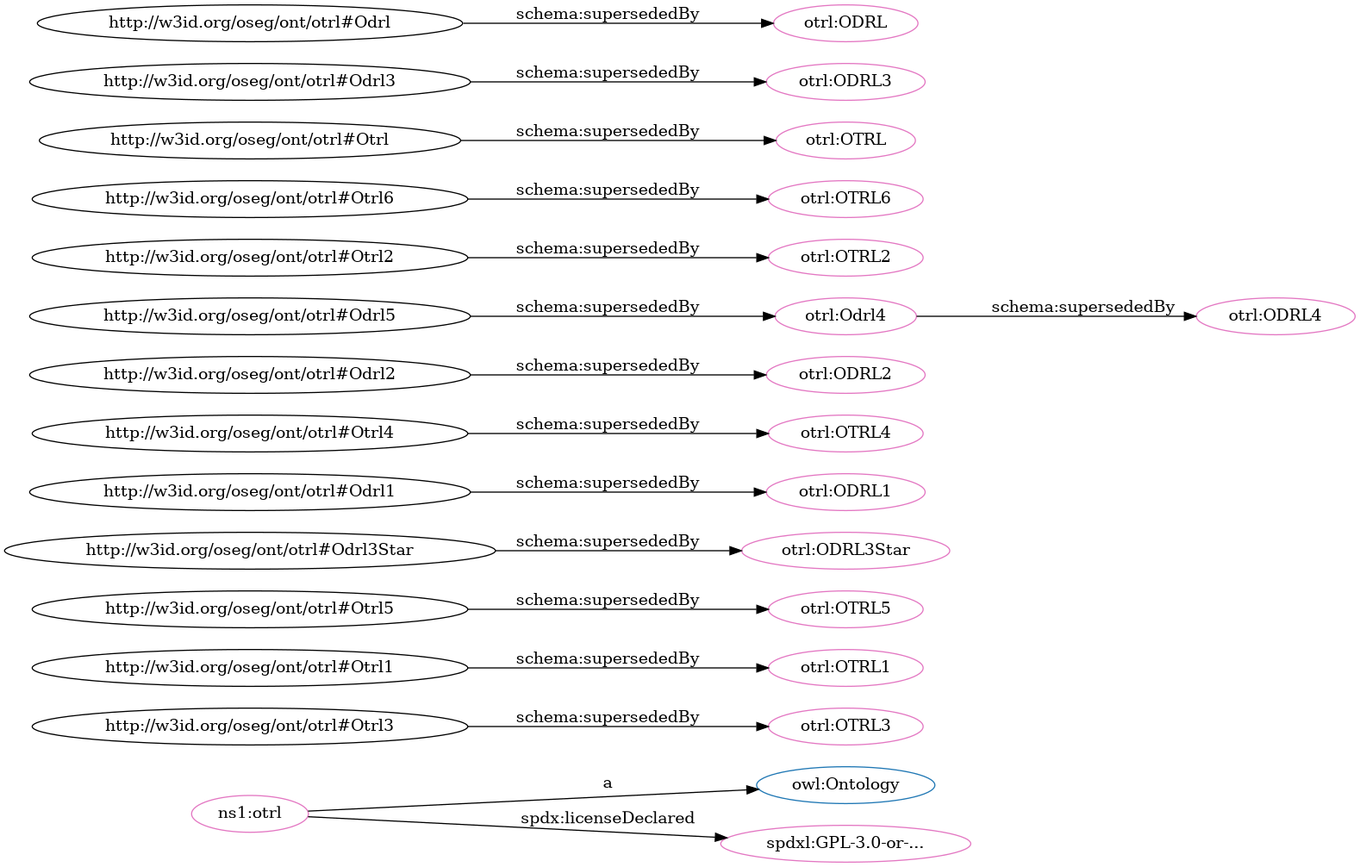
This is src/spec/dot_otrl_deprecated.png from iop-alliance/OpenKnowHow, a Graphviz export, as it was before one commit. Its source is kept beside it as src/spec/dot_otrl_deprecated.dot.
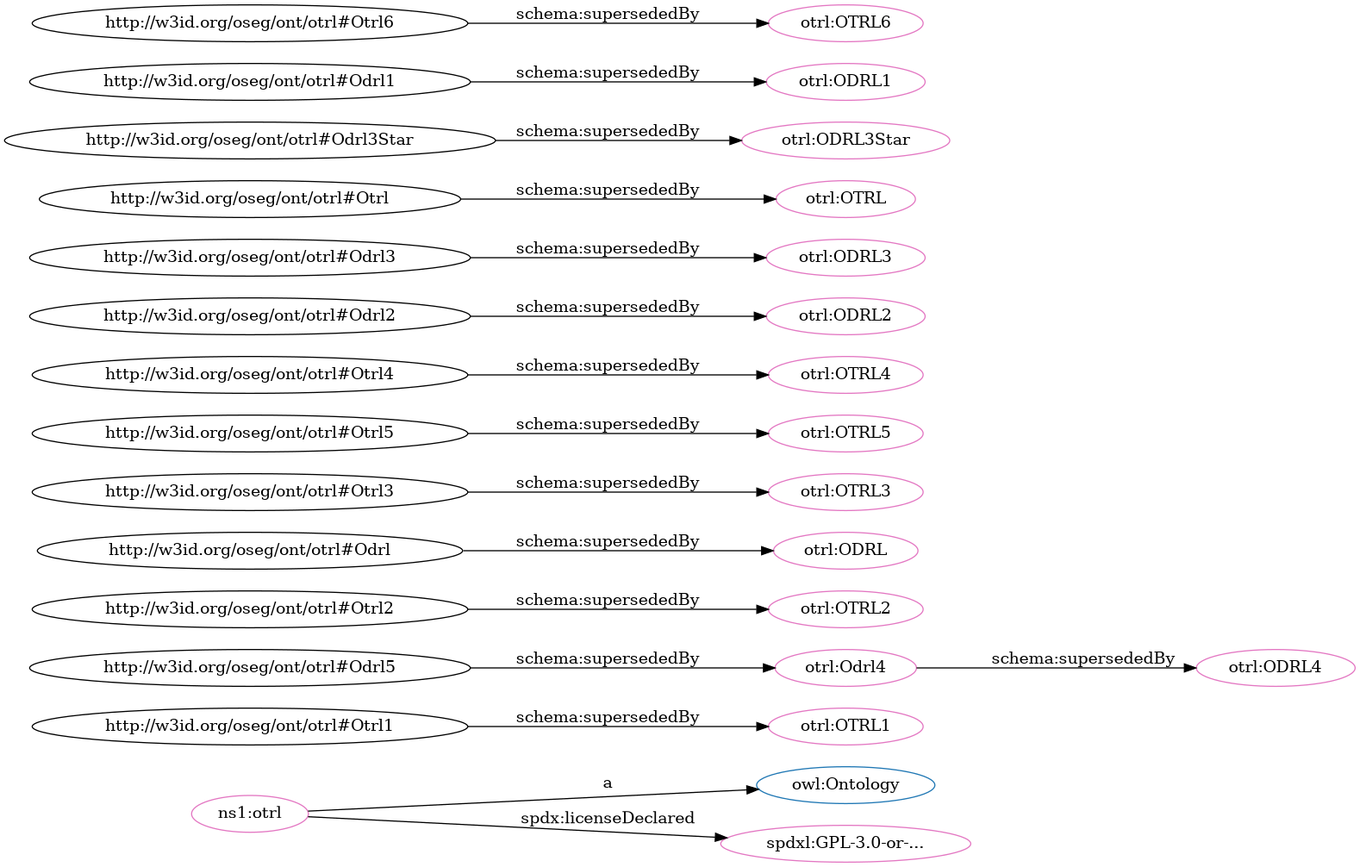
The same file after the commit.

Change to the diagram source:
```diff
@@ -2,36 +2,36 @@
   rankdir=BT
   node[height=.3]
 "http://www.w3.org/2002/07/owl#Ontology" [fillcolor="#1f77b4" color="#1f77b4" label="owl:Ontology"]
-"http://spdx.org/licenses/GPL-3.0-or-later" [fillcolor="#e377c2" color="#e377c2" label="spdxl:GPL-3.0-or-..."]
+"http://w3id.org/oseg/ont/otrl#OTRL1" [fillcolor="#e377c2" color="#e377c2" label="otrl:OTRL1"]
+"http://w3id.org/oseg/ont/otrl#Odrl4" [fillcolor="#e377c2" color="#e377c2" label="otrl:Odrl4"]
+"http://w3id.org/oseg/ont/otrl#OTRL2" [fillcolor="#e377c2" color="#e377c2" label="otrl:OTRL2"]
+"http://w3id.org/oseg/ont/otrl#ODRL" [fillcolor="#e377c2" color="#e377c2" label="otrl:ODRL"]
 "http://w3id.org/oseg/ont/otrl#OTRL3" [fillcolor="#e377c2" color="#e377c2" label="otrl:OTRL3"]
-"http://w3id.org/oseg/ont/otrl#OTRL1" [fillcolor="#e377c2" color="#e377c2" label="otrl:OTRL1"]
 "http://w3id.org/oseg/ont/otrl#OTRL5" [fillcolor="#e377c2" color="#e377c2" label="otrl:OTRL5"]
+"http://w3id.org/oseg/ont/otrl#OTRL4" [fillcolor="#e377c2" color="#e377c2" label="otrl:OTRL4"]
+"http://w3id.org/oseg/ont/otrl" [fillcolor="#e377c2" color="#e377c2" label="ns1:otrl"]
+"http://w3id.org/oseg/ont/otrl#ODRL2" [fillcolor="#e377c2" color="#e377c2" label="otrl:ODRL2"]
+"http://w3id.org/oseg/ont/otrl#ODRL3" [fillcolor="#e377c2" color="#e377c2" label="otrl:ODRL3"]
+"http://w3id.org/oseg/ont/otrl#ODRL4" [fillcolor="#e377c2" color="#e377c2" label="otrl:ODRL4"]
+"http://w3id.org/oseg/ont/otrl#OTRL" [fillcolor="#e377c2" color="#e377c2" label="otrl:OTRL"]
 "http://w3id.org/oseg/ont/otrl#ODRL3Star" [fillcolor="#e377c2" color="#e377c2" label="otrl:ODRL3Star"]
 "http://w3id.org/oseg/ont/otrl#ODRL1" [fillcolor="#e377c2" color="#e377c2" label="otrl:ODRL1"]
-"http://w3id.org/oseg/ont/otrl#OTRL4" [fillcolor="#e377c2" color="#e377c2" label="otrl:OTRL4"]
-"http://w3id.org/oseg/ont/otrl#ODRL2" [fillcolor="#e377c2" color="#e377c2" label="otrl:ODRL2"]
-"http://w3id.org/oseg/ont/otrl#Odrl4" [fillcolor="#e377c2" color="#e377c2" label="otrl:Odrl4"]
-"http://w3id.org/oseg/ont/otrl#OTRL2" [fillcolor="#e377c2" color="#e377c2" label="otrl:OTRL2"]
 "http://w3id.org/oseg/ont/otrl#OTRL6" [fillcolor="#e377c2" color="#e377c2" label="otrl:OTRL6"]
-"http://w3id.org/oseg/ont/otrl#ODRL4" [fillcolor="#e377c2" color="#e377c2" label="otrl:ODRL4"]
-"http://w3id.org/oseg/ont/otrl#OTRL" [fillcolor="#e377c2" color="#e377c2" label="otrl:OTRL"]
-"http://w3id.org/oseg/ont/otrl" [fillcolor="#e377c2" color="#e377c2" label="ns1:otrl"]
-"http://w3id.org/oseg/ont/otrl#ODRL3" [fillcolor="#e377c2" color="#e377c2" label="otrl:ODRL3"]
-"http://w3id.org/oseg/ont/otrl#ODRL" [fillcolor="#e377c2" color="#e377c2" label="otrl:ODRL"]
-  "http://w3id.org/oseg/ont/otrl" -> "http://spdx.org/licenses/GPL-3.0-or-later" [label="spdx:licenseDeclared"]
+"http://spdx.org/licenses/GPL-3.0-or-later" [fillcolor="#e377c2" color="#e377c2" label="spdxl:GPL-3.0-or-..."]
   "http://w3id.org/oseg/ont/otrl#Otrl1" -> "http://w3id.org/oseg/ont/otrl#OTRL1" [label="schema:supersededBy"]
+  "http://w3id.org/oseg/ont/otrl#Odrl5" -> "http://w3id.org/oseg/ont/otrl#Odrl4" [label="schema:supersededBy"]
+  "http://w3id.org/oseg/ont/otrl#Otrl2" -> "http://w3id.org/oseg/ont/otrl#OTRL2" [label="schema:supersededBy"]
+  "http://w3id.org/oseg/ont/otrl#Odrl" -> "http://w3id.org/oseg/ont/otrl#ODRL" [label="schema:supersededBy"]
+  "http://w3id.org/oseg/ont/otrl#Otrl3" -> "http://w3id.org/oseg/ont/otrl#OTRL3" [label="schema:supersededBy"]
   "http://w3id.org/oseg/ont/otrl#Otrl5" -> "http://w3id.org/oseg/ont/otrl#OTRL5" [label="schema:supersededBy"]
+  "http://w3id.org/oseg/ont/otrl#Otrl6" -> "http://w3id.org/oseg/ont/otrl#OTRL6" [label="schema:supersededBy"]
+  "http://w3id.org/oseg/ont/otrl#Otrl4" -> "http://w3id.org/oseg/ont/otrl#OTRL4" [label="schema:supersededBy"]
+  "http://w3id.org/oseg/ont/otrl" -> "http://www.w3.org/2002/07/owl#Ontology" [label="a"]
+  "http://w3id.org/oseg/ont/otrl#Odrl2" -> "http://w3id.org/oseg/ont/otrl#ODRL2" [label="schema:supersededBy"]
+  "http://w3id.org/oseg/ont/otrl#Odrl3" -> "http://w3id.org/oseg/ont/otrl#ODRL3" [label="schema:supersededBy"]
+  "http://w3id.org/oseg/ont/otrl#Odrl4" -> "http://w3id.org/oseg/ont/otrl#ODRL4" [label="schema:supersededBy"]
+  "http://w3id.org/oseg/ont/otrl#Otrl" -> "http://w3id.org/oseg/ont/otrl#OTRL" [label="schema:supersededBy"]
   "http://w3id.org/oseg/ont/otrl#Odrl3Star" -> "http://w3id.org/oseg/ont/otrl#ODRL3Star" [label="schema:supersededBy"]
   "http://w3id.org/oseg/ont/otrl#Odrl1" -> "http://w3id.org/oseg/ont/otrl#ODRL1" [label="schema:supersededBy"]
-  "http://w3id.org/oseg/ont/otrl#Otrl4" -> "http://w3id.org/oseg/ont/otrl#OTRL4" [label="schema:supersededBy"]
-  "http://w3id.org/oseg/ont/otrl#Odrl2" -> "http://w3id.org/oseg/ont/otrl#ODRL2" [label="schema:supersededBy"]
-  "http://w3id.org/oseg/ont/otrl#Odrl5" -> "http://w3id.org/oseg/ont/otrl#Odrl4" [label="schema:supersededBy"]
-  "http://w3id.org/oseg/ont/otrl#Otrl2" -> "http://w3id.org/oseg/ont/otrl#OTRL2" [label="schema:supersededBy"]
-  "http://w3id.org/oseg/ont/otrl#Otrl6" -> "http://w3id.org/oseg/ont/otrl#OTRL6" [label="schema:supersededBy"]
-  "http://w3id.org/oseg/ont/otrl#Odrl4" -> "http://w3id.org/oseg/ont/otrl#ODRL4" [label="schema:supersededBy"]
-  "http://w3id.org/oseg/ont/otrl#Otrl" -> "http://w3id.org/oseg/ont/otrl#OTRL" [label="schema:supersededBy"]
-  "http://w3id.org/oseg/ont/otrl" -> "http://www.w3.org/2002/07/owl#Ontology" [label="a"]
-  "http://w3id.org/oseg/ont/otrl#Odrl3" -> "http://w3id.org/oseg/ont/otrl#ODRL3" [label="schema:supersededBy"]
-  "http://w3id.org/oseg/ont/otrl#Odrl" -> "http://w3id.org/oseg/ont/otrl#ODRL" [label="schema:supersededBy"]
-  "http://w3id.org/oseg/ont/otrl#Otrl3" -> "http://w3id.org/oseg/ont/otrl#OTRL3" [label="schema:supersededBy"]
+  "http://w3id.org/oseg/ont/otrl" -> "http://spdx.org/licenses/GPL-3.0-or-later" [label="spdx:licenseDeclared"]
 }
```
